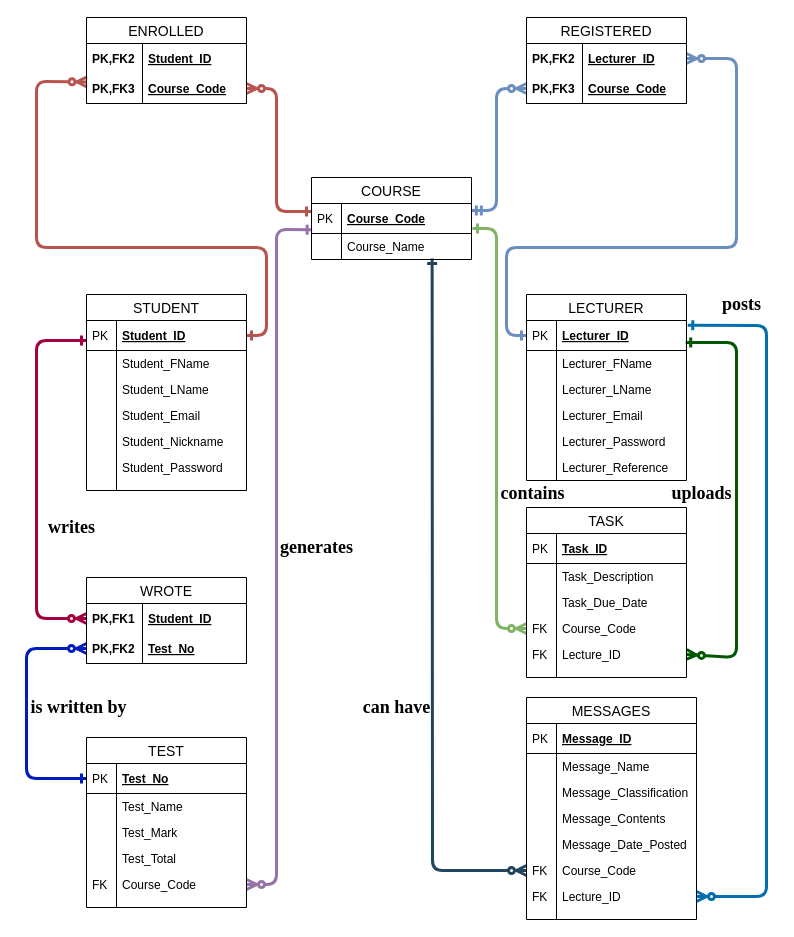
This is Other/ERDS/OnlineIntialERD.drawio from Arneev/LecTrac, a draw.io file, before an edit. Source tidied: cells renumbered, new cells numbered last; positions are measured from the earlier drawing's top-left corner, leaving out a move shared by most shapes. Both pictures are drawn from the tidied source at 100%, with x=0, y=0 at pixel (23, 17).
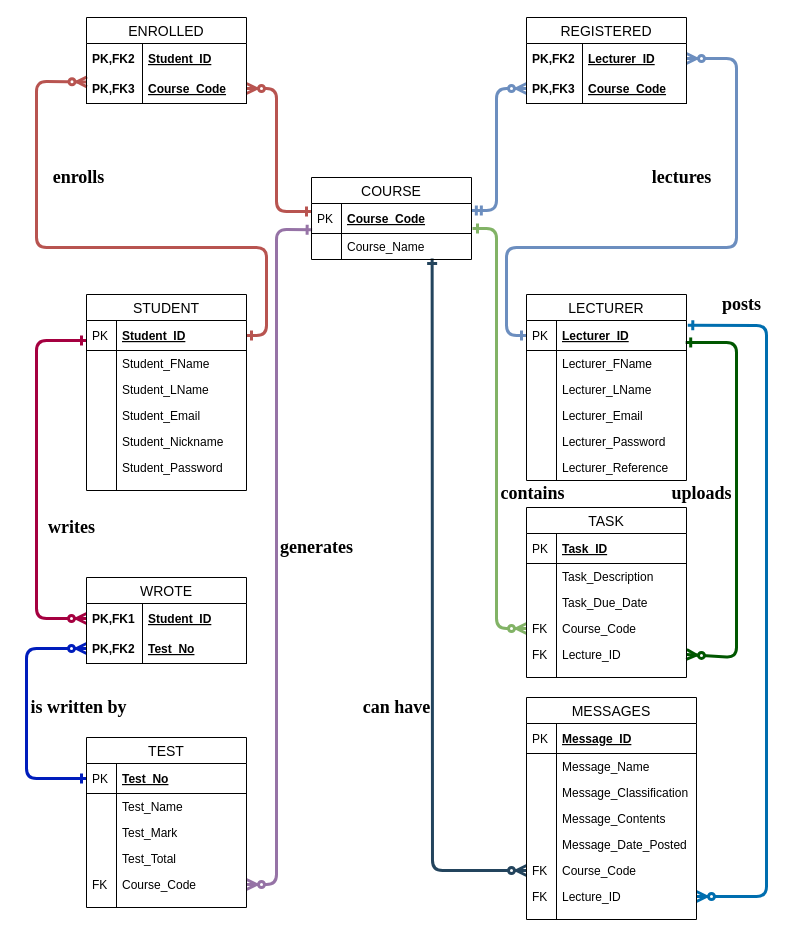
After the change.

Change to the diagram source:
```diff
@@
+    <mxCell id="111" value="&lt;font face=&quot;Times New Roman&quot;&gt;&lt;span style=&quot;font-size: 18px&quot;&gt;&lt;b&gt;enrolls&lt;/b&gt;&lt;/span&gt;&lt;/font&gt;" style="text;html=1;align=center;verticalAlign=middle;" parent="1" vertex="1">
+      <mxGeometry x="20" y="150" width="70" height="20" as="geometry" />
+    </mxCell>
+    <mxCell id="112" value="&lt;font face=&quot;Times New Roman&quot;&gt;&lt;span style=&quot;font-size: 18px&quot;&gt;&lt;b&gt;lectures&lt;/b&gt;&lt;/span&gt;&lt;/font&gt;" style="text;html=1;align=center;verticalAlign=middle;" parent="1" vertex="1">
+      <mxGeometry x="618" y="150" width="80" height="20" as="geometry" />
+    </mxCell>
```
